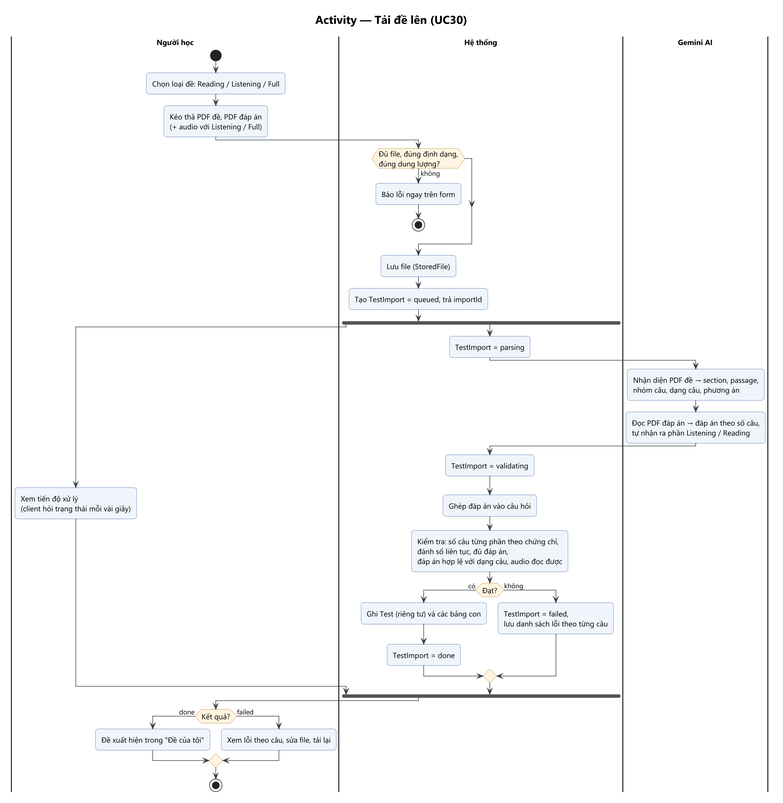
Above: Analysis_Design/03_Activity/act-05-tai-de.png in Ac-2836/WebDev-FinalProject-LinMaster (PlantUML), before the change. Its diagram source:
```plantuml
@startuml act-05-tai-de
!include ../_style.iuml
title Activity — Tải đề lên (UC30)
|Người học|
start
:Chọn loại đề: Reading / Listening / Full;
:Kéo thả PDF đề, PDF đáp án
(+ audio với Listening / Full);
|Hệ thống|
if (Đủ file, đúng định dạng,
đúng dung lượng?) then (không)
  :Báo lỗi ngay trên form;
  stop
endif
:Lưu file (StoredFile);
:Tạo TestImport = queued, trả importId;
fork
  |Người học|
  :Xem tiến độ xử lý
  (client hỏi trạng thái mỗi vài giây);
fork again
  |Hệ thống|
  :TestImport = parsing;
  |Gemini AI|
  :Nhận diện PDF đề → section, passage,
  nhóm câu, dạng câu, phương án;
  :Đọc PDF đáp án → đáp án theo số câu,
  tự nhận ra phần Listening / Reading;
  |Hệ thống|
  :TestImport = validating;
  :Ghép đáp án vào câu hỏi;
  :Kiểm tra: số câu từng phần theo chứng chỉ,
  đánh số liên tục, đủ đáp án,
  đáp án hợp lệ với dạng câu, audio đọc được;
  if (Đạt?) then (có)
    :Ghi Test (riêng tư) và các bảng con;
    :TestImport = done;
  else (không)
    :TestImport = failed,
    lưu danh sách lỗi theo từng câu;
  endif
end fork
|Người học|
if (Kết quả?) then (done)
  :Đề xuất hiện trong "Đề của tôi";
else (failed)
  :Xem lỗi theo câu, sửa file, tải lại;
endif
stop
@enduml
```
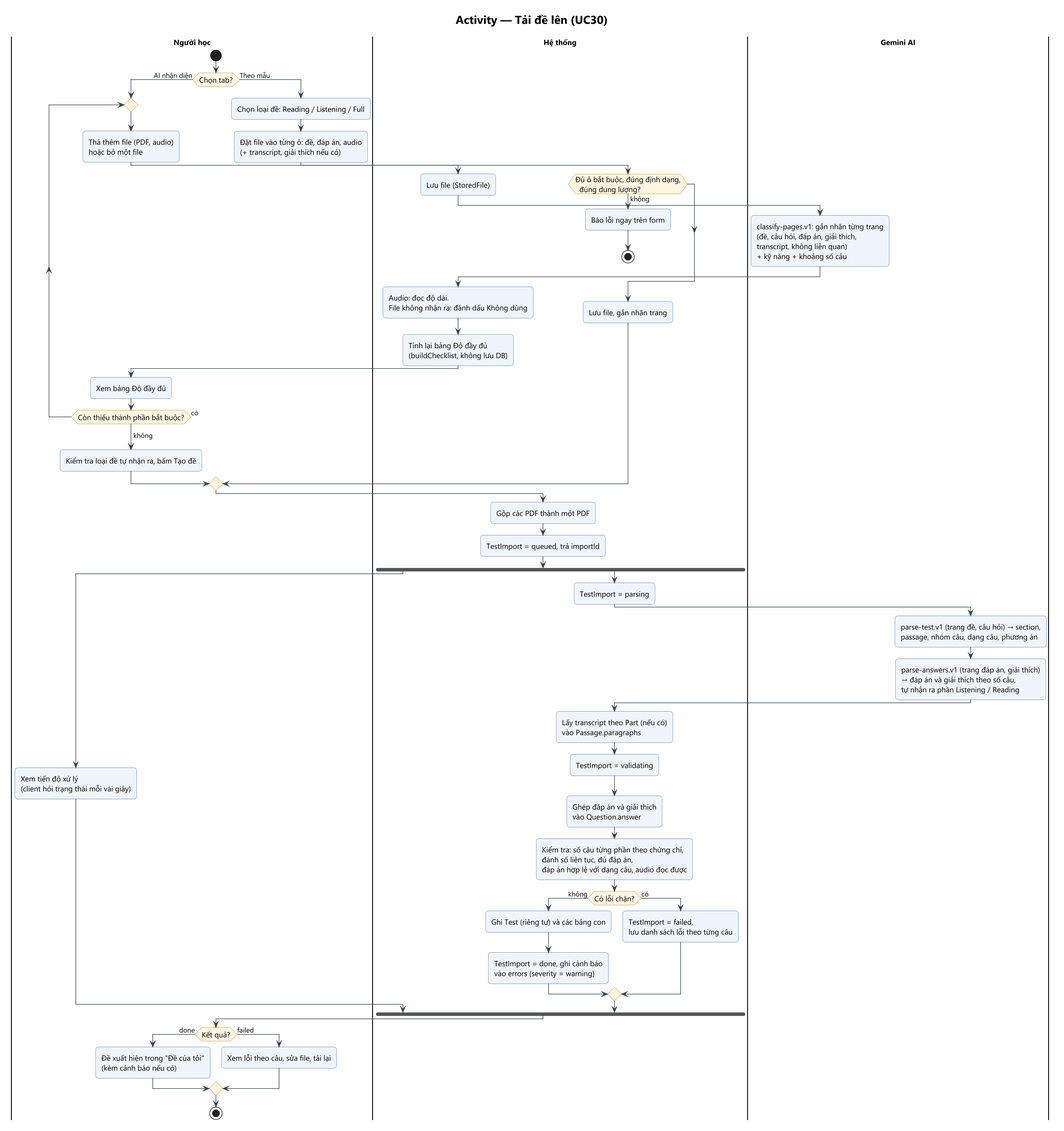
Above is the later version.

What changed in the source:
```diff
@@ -3,17 +3,42 @@
 title Activity — Tải đề lên (UC30)
 |Người học|
 start
-:Chọn loại đề: Reading / Listening / Full;
-:Kéo thả PDF đề, PDF đáp án
-(+ audio với Listening / Full);
+if (Chọn tab?) then (AI nhận diện)
+  repeat
+    :Thả thêm file (PDF, audio)
+    hoặc bỏ một file;
+    |Hệ thống|
+    :Lưu file (StoredFile);
+    |Gemini AI|
+    :classify-pages.v1: gắn nhãn từng trang
+    (đề, câu hỏi, đáp án, giải thích,
+    transcript, không liên quan)
+    + kỹ năng + khoảng số câu;
+    |Hệ thống|
+    :Audio: đọc độ dài.
+    File không nhận ra: đánh dấu Không dùng;
+    :Tính lại bảng Độ đầy đủ
+    (buildChecklist, không lưu DB);
+    |Người học|
+    :Xem bảng Độ đầy đủ;
+  repeat while (Còn thiếu thành phần bắt buộc?) is (có)
+  ->không;
+  :Kiểm tra loại đề tự nhận ra, bấm Tạo đề;
+else (Theo mẫu)
+  :Chọn loại đề: Reading / Listening / Full;
+  :Đặt file vào từng ô: đề, đáp án, audio
+  (+ transcript, giải thích nếu có);
+  |Hệ thống|
+  if (Đủ ô bắt buộc, đúng định dạng,
+  đúng dung lượng?) then (không)
+    :Báo lỗi ngay trên form;
+    stop
+  endif
+  :Lưu file, gắn nhãn trang;
+endif
 |Hệ thống|
-if (Đủ file, đúng định dạng,
-đúng dung lượng?) then (không)
-  :Báo lỗi ngay trên form;
-  stop
-endif
-:Lưu file (StoredFile);
-:Tạo TestImport = queued, trả importId;
+:Gộp các PDF thành một PDF;
+:TestImport = queued, trả importId;
 fork
   |Người học|
   :Xem tiến độ xử lý
@@ -22,27 +47,33 @@
   |Hệ thống|
   :TestImport = parsing;
   |Gemini AI|
-  :Nhận diện PDF đề → section, passage,
-  nhóm câu, dạng câu, phương án;
-  :Đọc PDF đáp án → đáp án theo số câu,
+  :parse-test.v1 (trang đề, câu hỏi) → section,
+  passage, nhóm câu, dạng câu, phương án;
+  :parse-answers.v1 (trang đáp án, giải thích)
+  → đáp án và giải thích theo số câu,
   tự nhận ra phần Listening / Reading;
   |Hệ thống|
+  :Lấy transcript theo Part (nếu có)
+vào Passage.paragraphs;
   :TestImport = validating;
-  :Ghép đáp án vào câu hỏi;
+  :Ghép đáp án và giải thích
+vào Question.answer;
   :Kiểm tra: số câu từng phần theo chứng chỉ,
   đánh số liên tục, đủ đáp án,
   đáp án hợp lệ với dạng câu, audio đọc được;
-  if (Đạt?) then (có)
+  if (Có lỗi chặn?) then (không)
     :Ghi Test (riêng tư) và các bảng con;
-    :TestImport = done;
-  else (không)
+    :TestImport = done, ghi cảnh báo
+    vào errors (severity = warning);
+  else (có)
     :TestImport = failed,
     lưu danh sách lỗi theo từng câu;
   endif
 end fork
 |Người học|
 if (Kết quả?) then (done)
-  :Đề xuất hiện trong "Đề của tôi";
+  :Đề xuất hiện trong "Đề của tôi"
+  (kèm cảnh báo nếu có);
 else (failed)
   :Xem lỗi theo câu, sửa file, tải lại;
 endif
```
